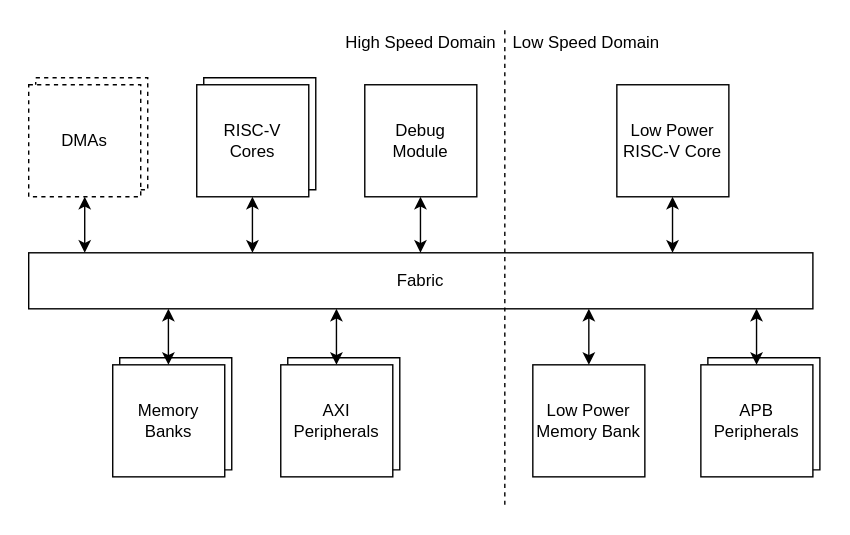
Above: docs/source/images/adam.drawio.svg in ADAC-LIRMM/adam (draw.io), before the change. Source tidied: cells renumbered, new cells last; positions are measured from the earlier drawing's top-left corner, leaving out a move shared by most shapes. Source of this version:
```xml
<mxGraphModel>
  <root>
    <mxCell id="0" />
    <mxCell id="1" parent="0" />
    <mxCell id="2" value="Fabric" style="rounded=0;whiteSpace=wrap;html=1;fillColor=none;" parent="1" vertex="1">
      <mxGeometry y="160" width="560" height="40" as="geometry" />
    </mxCell>
    <mxCell id="3" value="RISC-V&lt;div&gt;Cores&lt;/div&gt;" style="rounded=0;whiteSpace=wrap;html=1;fillColor=none;" parent="1" vertex="1">
      <mxGeometry x="120" y="40" width="80" height="80" as="geometry" />
    </mxCell>
    <mxCell id="4" style="endArrow=none;html=1;rounded=0;" parent="1" edge="1">
      <mxGeometry relative="1" as="geometry">
        <mxPoint x="200" y="115" as="sourcePoint" />
        <mxPoint x="125" y="40" as="targetPoint" />
        <Array as="points">
          <mxPoint x="205" y="115" />
          <mxPoint x="205" y="35" />
          <mxPoint x="125" y="35" />
        </Array>
      </mxGeometry>
    </mxCell>
    <mxCell id="5" value="DMAs" style="rounded=0;whiteSpace=wrap;html=1;fillColor=none;dashed=1;" parent="1" vertex="1">
      <mxGeometry y="40" width="80" height="80" as="geometry" />
    </mxCell>
    <mxCell id="6" value="Debug&lt;div&gt;Module&lt;/div&gt;" style="rounded=0;whiteSpace=wrap;html=1;fillColor=none;" parent="1" vertex="1">
      <mxGeometry x="240" y="40" width="80" height="80" as="geometry" />
    </mxCell>
    <mxCell id="7" style="endArrow=classic;startArrow=classic;html=1;rounded=0;" parent="1" edge="1">
      <mxGeometry relative="1" as="geometry">
        <mxPoint x="40" y="160" as="sourcePoint" />
        <mxPoint x="40" y="120" as="targetPoint" />
      </mxGeometry>
    </mxCell>
    <mxCell id="8" style="endArrow=classic;startArrow=classic;html=1;rounded=0;" parent="1" edge="1">
      <mxGeometry relative="1" as="geometry">
        <mxPoint x="159.8" y="160" as="sourcePoint" />
        <mxPoint x="159.8" y="120" as="targetPoint" />
      </mxGeometry>
    </mxCell>
    <mxCell id="9" style="endArrow=classic;startArrow=classic;html=1;rounded=0;" parent="1" edge="1">
      <mxGeometry relative="1" as="geometry">
        <mxPoint x="279.8" y="160" as="sourcePoint" />
        <mxPoint x="279.8" y="120" as="targetPoint" />
      </mxGeometry>
    </mxCell>
    <mxCell id="10" value="Low Power&lt;div&gt;RISC-V Core&lt;/div&gt;" style="rounded=0;whiteSpace=wrap;html=1;fillColor=none;" parent="1" vertex="1">
      <mxGeometry x="420" y="40" width="80" height="80" as="geometry" />
    </mxCell>
    <mxCell id="11" style="endArrow=classic;startArrow=classic;html=1;rounded=0;" parent="1" edge="1">
      <mxGeometry relative="1" as="geometry">
        <mxPoint x="459.8" y="160" as="sourcePoint" />
        <mxPoint x="459.8" y="120" as="targetPoint" />
      </mxGeometry>
    </mxCell>
    <mxCell id="12" value="Memory&lt;div&gt;Banks&lt;/div&gt;" style="rounded=0;whiteSpace=wrap;html=1;fillColor=none;" parent="1" vertex="1">
      <mxGeometry x="60" y="240" width="80" height="80" as="geometry" />
    </mxCell>
    <mxCell id="13" style="endArrow=classic;startArrow=classic;html=1;rounded=0;" parent="1" edge="1">
      <mxGeometry relative="1" as="geometry">
        <mxPoint x="99.8" y="240" as="sourcePoint" />
        <mxPoint x="99.8" y="200" as="targetPoint" />
      </mxGeometry>
    </mxCell>
    <mxCell id="14" value="AXI&lt;div&gt;Peripherals&lt;/div&gt;" style="rounded=0;whiteSpace=wrap;html=1;fillColor=none;" parent="1" vertex="1">
      <mxGeometry x="180" y="240" width="80" height="80" as="geometry" />
    </mxCell>
    <mxCell id="15" style="endArrow=classic;startArrow=classic;html=1;rounded=0;" parent="1" edge="1">
      <mxGeometry relative="1" as="geometry">
        <mxPoint x="219.8" y="240" as="sourcePoint" />
        <mxPoint x="219.8" y="200" as="targetPoint" />
      </mxGeometry>
    </mxCell>
    <mxCell id="16" value="APB&lt;div&gt;Peripherals&lt;/div&gt;" style="rounded=0;whiteSpace=wrap;html=1;fillColor=none;" parent="1" vertex="1">
      <mxGeometry x="480" y="240" width="80" height="80" as="geometry" />
    </mxCell>
    <mxCell id="17" style="endArrow=classic;startArrow=classic;html=1;rounded=0;" parent="1" edge="1">
      <mxGeometry relative="1" as="geometry">
        <mxPoint x="519.8" y="240" as="sourcePoint" />
        <mxPoint x="519.8" y="200" as="targetPoint" />
      </mxGeometry>
    </mxCell>
    <mxCell id="18" value="Low Power&lt;div&gt;Memory Bank&lt;/div&gt;" style="rounded=0;whiteSpace=wrap;html=1;fillColor=none;" parent="1" vertex="1">
      <mxGeometry x="360" y="240" width="80" height="80" as="geometry" />
    </mxCell>
    <mxCell id="19" style="endArrow=classic;startArrow=classic;html=1;rounded=0;" parent="1" edge="1">
      <mxGeometry relative="1" as="geometry">
        <mxPoint x="400" y="240" as="sourcePoint" />
        <mxPoint x="400" y="200" as="targetPoint" />
      </mxGeometry>
    </mxCell>
    <mxCell id="20" style="endArrow=none;html=1;rounded=0;dashed=1;" parent="1" edge="1">
      <mxGeometry relative="1" as="geometry">
        <mxPoint x="340" y="340" as="sourcePoint" />
        <mxPoint x="340" as="targetPoint" />
      </mxGeometry>
    </mxCell>
    <mxCell id="21" style="endArrow=none;html=1;rounded=0;" parent="1" edge="1">
      <mxGeometry relative="1" as="geometry">
        <mxPoint x="140" y="315" as="sourcePoint" />
        <mxPoint x="65" y="240" as="targetPoint" />
        <Array as="points">
          <mxPoint x="145" y="315" />
          <mxPoint x="145" y="235" />
          <mxPoint x="65" y="235" />
        </Array>
      </mxGeometry>
    </mxCell>
    <mxCell id="22" style="endArrow=none;html=1;rounded=0;dashed=1;" parent="1" edge="1">
      <mxGeometry relative="1" as="geometry">
        <mxPoint x="80" y="115" as="sourcePoint" />
        <mxPoint x="5" y="40" as="targetPoint" />
        <Array as="points">
          <mxPoint x="85" y="115" />
          <mxPoint x="85" y="35" />
          <mxPoint x="5" y="35" />
        </Array>
      </mxGeometry>
    </mxCell>
    <mxCell id="23" style="endArrow=none;html=1;rounded=0;" parent="1" edge="1">
      <mxGeometry relative="1" as="geometry">
        <mxPoint x="560" y="315" as="sourcePoint" />
        <mxPoint x="485" y="240" as="targetPoint" />
        <Array as="points">
          <mxPoint x="565" y="315" />
          <mxPoint x="565" y="235" />
          <mxPoint x="485" y="235" />
        </Array>
      </mxGeometry>
    </mxCell>
    <mxCell id="24" style="endArrow=none;html=1;rounded=0;" parent="1" edge="1">
      <mxGeometry relative="1" as="geometry">
        <mxPoint x="260" y="315" as="sourcePoint" />
        <mxPoint x="185" y="240" as="targetPoint" />
        <Array as="points">
          <mxPoint x="265" y="315" />
          <mxPoint x="265" y="235" />
          <mxPoint x="185" y="235" />
        </Array>
      </mxGeometry>
    </mxCell>
    <mxCell id="25" value="High Speed Domain" style="text;html=1;align=right;verticalAlign=middle;whiteSpace=wrap;rounded=0;spacingRight=4;" parent="1" vertex="1">
      <mxGeometry width="340" height="20" as="geometry" />
    </mxCell>
    <mxCell id="26" value="Low Speed Domain" style="text;html=1;align=left;verticalAlign=middle;whiteSpace=wrap;rounded=0;spacingLeft=4;" parent="1" vertex="1">
      <mxGeometry x="340" width="220" height="20" as="geometry" />
    </mxCell>
  </root>
</mxGraphModel>
```
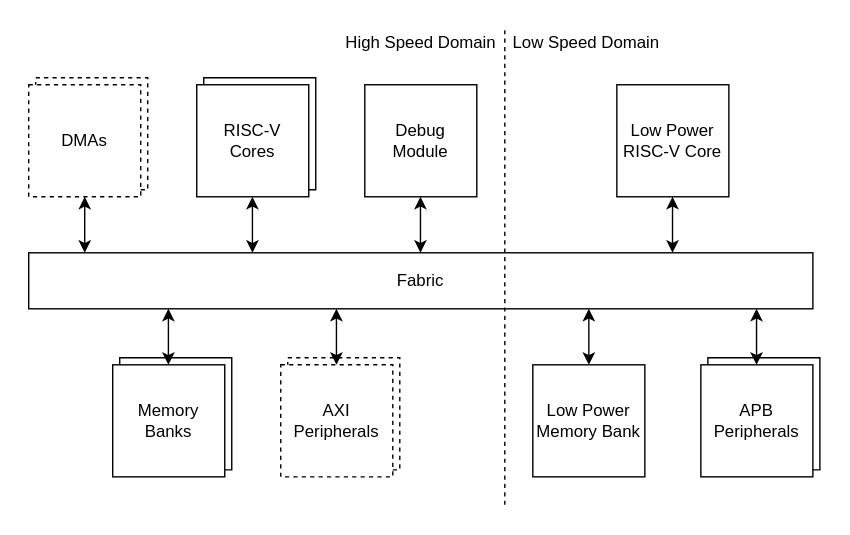
After the commit.

Commit message:
docs(intro): update block diagram

Change to the diagram source:
```diff
@@ -61,7 +61,7 @@
         <mxPoint x="99.8" y="200" as="targetPoint" />
       </mxGeometry>
     </mxCell>
-    <mxCell id="14" value="AXI&lt;div&gt;Peripherals&lt;/div&gt;" style="rounded=0;whiteSpace=wrap;html=1;fillColor=none;" parent="1" vertex="1">
+    <mxCell id="14" value="AXI&lt;div&gt;Peripherals&lt;/div&gt;" style="rounded=0;whiteSpace=wrap;html=1;fillColor=none;dashed=1;" parent="1" vertex="1">
       <mxGeometry x="180" y="240" width="80" height="80" as="geometry" />
     </mxCell>
     <mxCell id="15" style="endArrow=classic;startArrow=classic;html=1;rounded=0;" parent="1" edge="1">
@@ -127,7 +127,7 @@
         </Array>
       </mxGeometry>
     </mxCell>
-    <mxCell id="24" style="endArrow=none;html=1;rounded=0;" parent="1" edge="1">
+    <mxCell id="24" style="endArrow=none;html=1;rounded=0;dashed=1;" parent="1" edge="1">
       <mxGeometry relative="1" as="geometry">
         <mxPoint x="260" y="315" as="sourcePoint" />
         <mxPoint x="185" y="240" as="targetPoint" />
```
